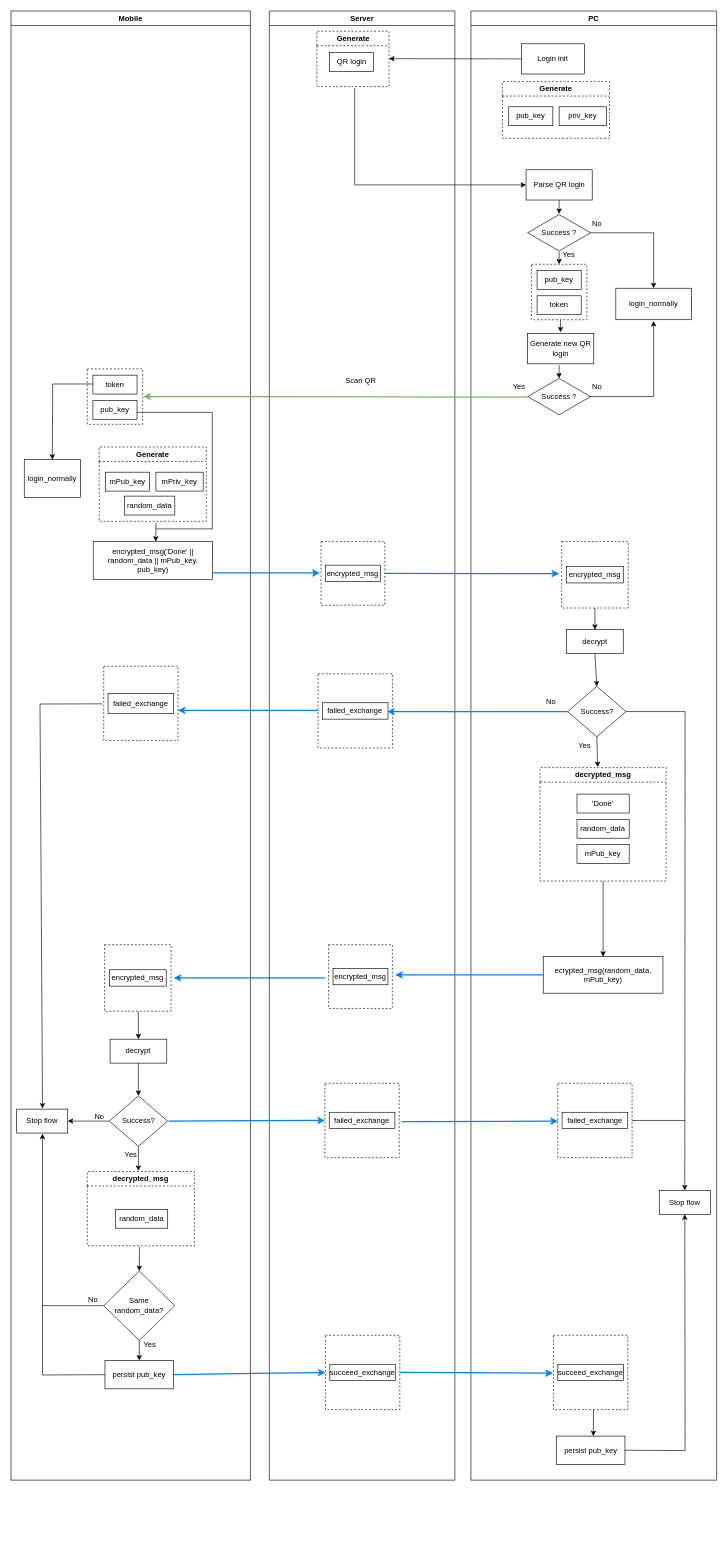
Before: exchange-public-key.drawio in buingoctai/Documents, a draw.io diagram. Source tidied: cells renumbered, new cells numbered last; positions are measured from the earlier drawing's top-left corner, leaving out a move shared by most shapes. Both pictures are drawn from the tidied source at 63%, with x=0, y=0 at pixel (11, 11).
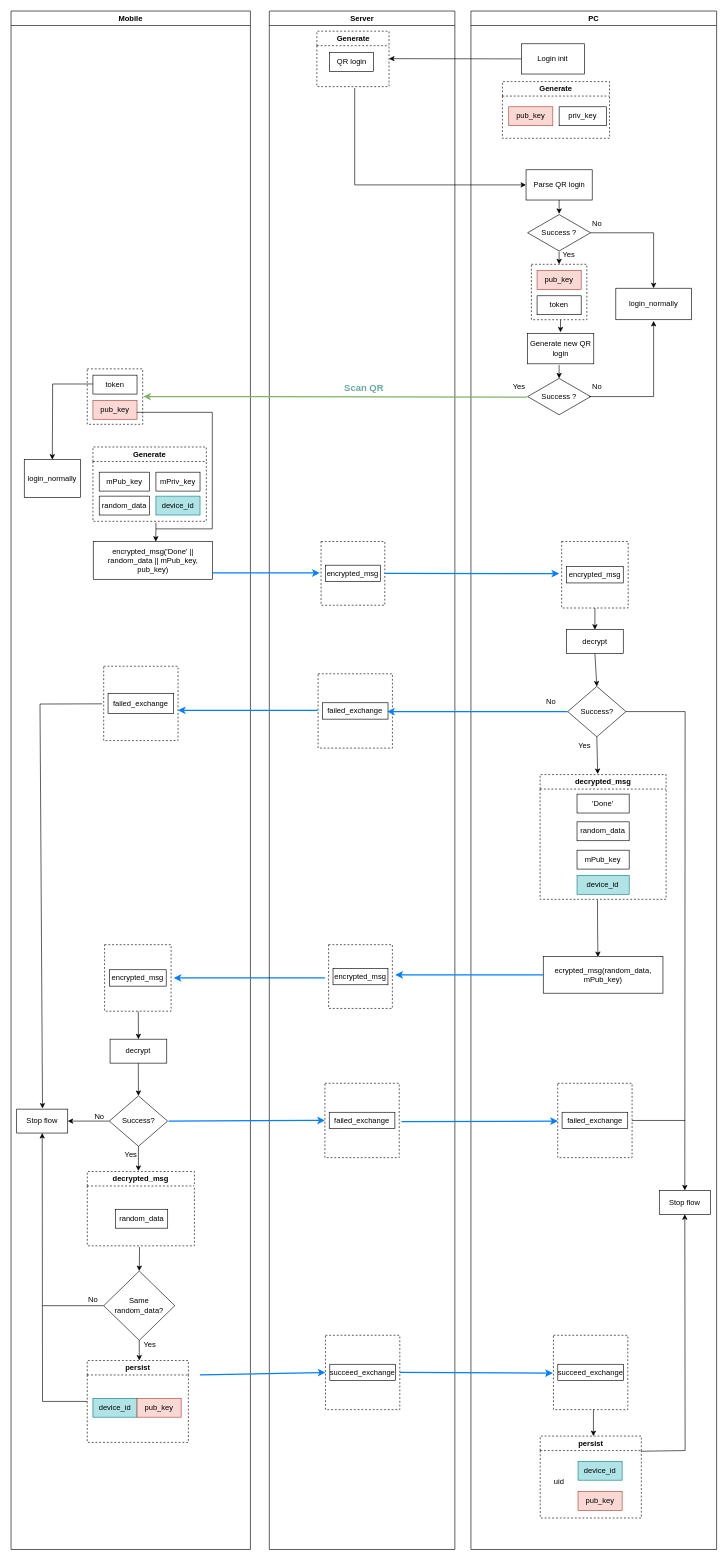
After the change.

The change refers to these unchanged cells:
```xml
<mxCell id="17" value="Stop flow" style="rounded=0;whiteSpace=wrap;html=1;" parent="2" vertex="1">
  <mxGeometry x="9" y="1743" width="81" height="38" as="geometry" />
</mxCell>
<mxCell id="26" value="Same random_data?" style="rhombus;whiteSpace=wrap;html=1;" parent="2" vertex="1">
  <mxGeometry x="147.1" y="2000" width="112.9" height="110" as="geometry" />
</mxCell>
<mxCell id="48" style="whiteSpace=wrap;html=1;dashed=1;" parent="36" vertex="1">
  <mxGeometry x="89.1" y="2102" width="118" height="118" as="geometry" />
</mxCell>
<mxCell id="54" value="Generate" style="swimlane;whiteSpace=wrap;html=1;dashed=1;" parent="52" vertex="1">
  <mxGeometry x="50" y="112" width="170" height="90" as="geometry" />
</mxCell>
<mxCell id="84" value="ecrypted_msg(random_data, mPub_key)" style="whiteSpace=wrap;html=1;fontStyle=0;startSize=23;" parent="52" vertex="1">
  <mxGeometry x="114.8" y="1501" width="190" height="58" as="geometry" />
</mxCell>
<mxCell id="99" value="Stop flow" style="rounded=0;whiteSpace=wrap;html=1;" parent="52" vertex="1">
  <mxGeometry x="299" y="1872" width="81" height="38" as="geometry" />
</mxCell>
```

Change to the diagram source:
```diff
@@
     <mxCell id="2" value="Mobile" style="swimlane;whiteSpace=wrap;" parent="1" vertex="1">
-      <mxGeometry width="380" height="2332" as="geometry" />
+      <mxGeometry width="380" height="2442" as="geometry" />
     </mxCell>
@@
-    <mxCell id="5" value="pub_key" style="rounded=0;whiteSpace=wrap;html=1;" parent="2" vertex="1">
+    <mxCell id="5" value="pub_key" style="rounded=0;whiteSpace=wrap;html=1;fillColor=#fad9d5;strokeColor=#ae4132;" parent="2" vertex="1">
       <mxGeometry x="130" y="618" width="70" height="30" as="geometry" />
     </mxCell>
     <mxCell id="6" value="Generate" style="swimlane;whiteSpace=wrap;html=1;dashed=1;" parent="2" vertex="1">
-      <mxGeometry x="140" y="692" width="170" height="118" as="geometry" />
+      <mxGeometry x="130" y="692" width="180" height="118" as="geometry" />
     </mxCell>
     <mxCell id="7" value="mPub_key" style="rounded=0;whiteSpace=wrap;html=1;" parent="6" vertex="1">
-      <mxGeometry x="10" y="40" width="70" height="30" as="geometry" />
+      <mxGeometry x="10" y="40" width="80" height="30" as="geometry" />
     </mxCell>
     <mxCell id="8" value="mPriv_key" style="rounded=0;whiteSpace=wrap;html=1;" parent="6" vertex="1">
-      <mxGeometry x="90" y="40" width="75" height="30" as="geometry" />
+      <mxGeometry x="100" y="40" width="70" height="30" as="geometry" />
     </mxCell>
     <mxCell id="9" value="random_data" style="rounded=0;whiteSpace=wrap;html=1;" parent="6" vertex="1">
-      <mxGeometry x="40" y="78" width="80" height="30" as="geometry" />
+      <mxGeometry x="10" y="78" width="80" height="30" as="geometry" />
     </mxCell>
+    <mxCell id="114" value="device_id" style="rounded=0;whiteSpace=wrap;html=1;fillColor=#b0e3e6;strokeColor=#0e8088;" parent="6" vertex="1">
+      <mxGeometry x="100" y="78" width="70" height="30" as="geometry" />
+    </mxCell>
@@
-    <mxCell id="31" value="persist pub_key" style="rounded=0;whiteSpace=wrap;html=1;" parent="2" vertex="1">
-      <mxGeometry x="149.1" y="2142" width="109" height="45" as="geometry" />
-    </mxCell>
-    <mxCell id="32" style="endArrow=classic;html=1;rounded=0;exitX=0;exitY=0.5;exitDx=0;exitDy=0;" parent="2" edge="1" source="31">
-      <mxGeometry relative="1" as="geometry">
-        <mxPoint x="50" y="1782" as="targetPoint" />
-        <Array as="points">
-          <mxPoint x="50" y="2165" />
-        </Array>
-      </mxGeometry>
-    </mxCell>
@@
-    <mxCell id="34" style="endArrow=classic;html=1;rounded=0;entryX=0.5;entryY=0;entryDx=0;entryDy=0;exitX=0.5;exitY=1;exitDx=0;exitDy=0;" parent="2" edge="1" source="26" target="31">
-      <mxGeometry relative="1" as="geometry" />
+    <mxCell id="34" style="endArrow=classic;html=1;rounded=0;entryX=0.5;entryY=0;entryDx=0;entryDy=0;exitX=0.5;exitY=1;exitDx=0;exitDy=0;" parent="2" edge="1" source="26">
+      <mxGeometry relative="1" as="geometry">
+        <mxPoint x="203.6" y="2142" as="targetPoint" />
+      </mxGeometry>
     </mxCell>
@@
+    <mxCell id="115" value="persist" style="swimlane;whiteSpace=wrap;html=1;dashed=1;" parent="2" vertex="1">
+      <mxGeometry x="121" y="2142" width="160.5" height="130" as="geometry" />
+    </mxCell>
+    <mxCell id="116" value="device_id" style="rounded=0;whiteSpace=wrap;html=1;fillColor=#b0e3e6;strokeColor=#0e8088;" parent="115" vertex="1">
+      <mxGeometry x="9" y="60" width="70" height="30" as="geometry" />
+    </mxCell>
+    <mxCell id="117" value="pub_key" style="rounded=0;whiteSpace=wrap;html=1;fillColor=#fad9d5;strokeColor=#ae4132;" parent="115" vertex="1">
+      <mxGeometry x="79" y="60" width="70" height="30" as="geometry" />
+    </mxCell>
+    <mxCell id="118" style="endArrow=classic;html=1;rounded=0;exitX=0;exitY=0.5;exitDx=0;exitDy=0;entryX=0.5;entryY=1;entryDx=0;entryDy=0;" parent="2" edge="1" source="115" target="17">
+      <mxGeometry relative="1" as="geometry">
+        <Array as="points">
+          <mxPoint x="50" y="2207" />
+        </Array>
+      </mxGeometry>
+    </mxCell>
     <mxCell id="36" value="Server" style="swimlane;whiteSpace=wrap;" parent="1" vertex="1">
-      <mxGeometry x="410" width="294.5" height="2332" as="geometry" />
+      <mxGeometry x="410" width="294.5" height="2442" as="geometry" />
     </mxCell>
@@
-    <mxCell id="41" value="Scan QR&amp;nbsp;" style="text;html=1;strokeColor=none;fillColor=none;align=center;verticalAlign=middle;whiteSpace=wrap;rounded=0;" parent="36" vertex="1">
-      <mxGeometry x="117.2" y="572" width="60" height="30" as="geometry" />
+    <mxCell id="41" value="Scan QR&amp;nbsp;" style="text;html=1;strokeColor=none;fillColor=none;align=center;verticalAlign=middle;whiteSpace=wrap;rounded=0;fontSize=15;fontStyle=1;fontColor=#67AB9F;" parent="36" vertex="1">
+      <mxGeometry x="115" y="582" width="75" height="30" as="geometry" />
     </mxCell>
@@
     <mxCell id="52" value="PC" style="swimlane;whiteSpace=wrap;" parent="1" vertex="1">
-      <mxGeometry x="730" width="390" height="2332" as="geometry" />
+      <mxGeometry x="730" width="390" height="2442" as="geometry" />
     </mxCell>
@@
-    <mxCell id="55" value="pub_key" style="rounded=0;whiteSpace=wrap;html=1;" parent="54" vertex="1">
+    <mxCell id="55" value="pub_key" style="rounded=0;whiteSpace=wrap;html=1;fillColor=#fad9d5;strokeColor=#ae4132;" parent="54" vertex="1">
       <mxGeometry x="10" y="40" width="70" height="30" as="geometry" />
     </mxCell>
@@
-    <mxCell id="60" value="pub_key" style="rounded=0;whiteSpace=wrap;html=1;" parent="52" vertex="1">
+    <mxCell id="60" value="pub_key" style="rounded=0;whiteSpace=wrap;html=1;fillColor=#fad9d5;strokeColor=#ae4132;" parent="52" vertex="1">
       <mxGeometry x="105" y="412" width="70" height="30" as="geometry" />
     </mxCell>
@@
-    <mxCell id="76" style="edgeStyle=orthogonalEdgeStyle;rounded=0;jettySize=auto;html=1;" parent="52" edge="1" source="77" target="84">
-      <mxGeometry relative="1" as="geometry" />
+    <mxCell id="76" style="edgeStyle=orthogonalEdgeStyle;rounded=0;jettySize=auto;html=1;entryX=0.457;entryY=0.009;entryDx=0;entryDy=0;entryPerimeter=0;" parent="52" edge="1" target="84">
+      <mxGeometry relative="1" as="geometry">
+        <mxPoint x="200" y="1412" as="sourcePoint" />
+        <Array as="points">
+          <mxPoint x="201" y="1412" />
+          <mxPoint x="201" y="1452" />
+          <mxPoint x="202" y="1452" />
+        </Array>
+      </mxGeometry>
     </mxCell>
     <mxCell id="77" value="decrypted_msg" style="swimlane;whiteSpace=wrap;html=1;dashed=1;" parent="52" vertex="1">
-      <mxGeometry x="109.8" y="1201" width="200" height="180" as="geometry" />
+      <mxGeometry x="109.8" y="1212" width="200" height="198" as="geometry" />
     </mxCell>
     <mxCell id="78" value="'Done'" style="rounded=0;whiteSpace=wrap;html=1;" parent="77" vertex="1">
-      <mxGeometry x="58.6" y="42" width="82.8" height="30" as="geometry" />
+      <mxGeometry x="58.6" y="31" width="82.8" height="30" as="geometry" />
     </mxCell>
     <mxCell id="79" value="random_data" style="rounded=0;whiteSpace=wrap;html=1;" parent="77" vertex="1">
-      <mxGeometry x="58.6" y="82" width="82.8" height="30" as="geometry" />
+      <mxGeometry x="58.6" y="75" width="82.8" height="30" as="geometry" />
     </mxCell>
     <mxCell id="80" value="mPub_key" style="rounded=0;whiteSpace=wrap;html=1;" parent="77" vertex="1">
-      <mxGeometry x="58.6" y="122" width="82.8" height="30" as="geometry" />
+      <mxGeometry x="58.6" y="120" width="82.8" height="30" as="geometry" />
     </mxCell>
+    <mxCell id="119" value="device_id" style="rounded=0;whiteSpace=wrap;html=1;fillColor=#b0e3e6;strokeColor=#0e8088;" parent="77" vertex="1">
+      <mxGeometry x="58.6" y="160" width="82.8" height="30" as="geometry" />
+    </mxCell>
@@
-    <mxCell id="91" value="persist pub_key" style="rounded=0;whiteSpace=wrap;html=1;" parent="52" vertex="1">
-      <mxGeometry x="135.5" y="2262" width="109" height="45" as="geometry" />
-    </mxCell>
-    <mxCell id="92" style="endArrow=classic;html=1;rounded=0;entryX=0.54;entryY=0;entryDx=0;entryDy=0;entryPerimeter=0;" parent="52" edge="1" target="91">
+    <mxCell id="92" style="endArrow=classic;html=1;rounded=0;entryX=0.54;entryY=0;entryDx=0;entryDy=0;entryPerimeter=0;" parent="52" edge="1">
       <mxGeometry relative="1" as="geometry">
         <mxPoint x="194.5" y="2220" as="sourcePoint" />
+        <mxPoint x="194.4" y="2262" as="targetPoint" />
       </mxGeometry>
     </mxCell>
@@
-    <mxCell id="100" style="endArrow=classic;html=1;rounded=0;exitX=1;exitY=0.5;exitDx=0;exitDy=0;entryX=0.5;entryY=1;entryDx=0;entryDy=0;" parent="52" edge="1" source="91" target="99">
+    <mxCell id="100" style="endArrow=classic;html=1;rounded=0;entryX=0.5;entryY=1;entryDx=0;entryDy=0;exitX=1.002;exitY=0.185;exitDx=0;exitDy=0;exitPerimeter=0;" parent="52" edge="1" source="120" target="99">
       <mxGeometry relative="1" as="geometry">
         <Array as="points">
           <mxPoint x="340" y="2285" />
         </Array>
       </mxGeometry>
     </mxCell>
@@
+    <mxCell id="120" value="persist" style="swimlane;whiteSpace=wrap;html=1;dashed=1;" parent="52" vertex="1">
+      <mxGeometry x="110" y="2262" width="160.5" height="130" as="geometry" />
+    </mxCell>
+    <mxCell id="121" value="device_id" style="rounded=0;whiteSpace=wrap;html=1;fillColor=#b0e3e6;strokeColor=#0e8088;" parent="120" vertex="1">
+      <mxGeometry x="60" y="40" width="70" height="30" as="geometry" />
+    </mxCell>
+    <mxCell id="122" value="pub_key" style="rounded=0;whiteSpace=wrap;html=1;fillColor=#fad9d5;strokeColor=#ae4132;" parent="120" vertex="1">
+      <mxGeometry x="60" y="88" width="70" height="30" as="geometry" />
+    </mxCell>
+    <mxCell id="123" value="uid" style="text;html=1;strokeColor=none;fillColor=none;align=center;verticalAlign=middle;whiteSpace=wrap;rounded=0;" parent="120" vertex="1">
+      <mxGeometry y="58" width="60" height="30" as="geometry" />
+    </mxCell>
@@
-    <mxCell id="109" style="endArrow=classic;html=1;rounded=0;exitX=1;exitY=0.5;exitDx=0;exitDy=0;entryX=0;entryY=0.5;entryDx=0;entryDy=0;strokeColor=#007FFF;strokeWidth=2;" parent="1" edge="1" source="31" target="48">
-      <mxGeometry relative="1" as="geometry" />
+    <mxCell id="109" style="endArrow=classic;html=1;rounded=0;entryX=0;entryY=0.5;entryDx=0;entryDy=0;strokeColor=#007FFF;strokeWidth=2;" parent="1" edge="1" target="48">
+      <mxGeometry relative="1" as="geometry">
+        <mxPoint x="300" y="2165" as="sourcePoint" />
+      </mxGeometry>
     </mxCell>
```
